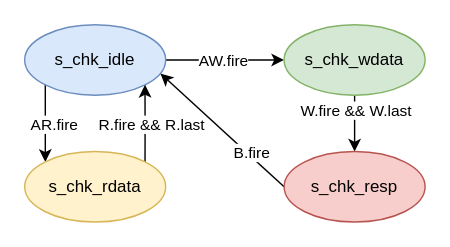
This is check_state.drawio from Invariant64/draw.io, a draw.io file, before an edit. Source tidied: cells renumbered, new cells numbered last; positions are measured from the earlier drawing's top-left corner, leaving out a move shared by most shapes. Both pictures are drawn from the tidied source at 141%, with x=0, y=0 at pixel (24, 10).
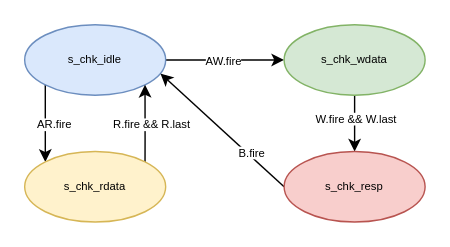
Above is the later version.

The change refers to these unchanged cells:
```xml
<mxCell id="2" style="edgeStyle=orthogonalEdgeStyle;rounded=0;jettySize=auto;html=1;entryX=0;entryY=0;entryDx=0;entryDy=0;exitX=0;exitY=1;exitDx=0;exitDy=0;curved=1;" parent="1" edge="1" source="6" target="9">
  <mxGeometry relative="1" as="geometry">
    <Array as="points">
      <mxPoint x="14" />
      <mxPoint x="14" />
    </Array>
  </mxGeometry>
</mxCell>
```

What changed in the source:
```diff
@@
-    <mxCell id="3" value="AR.fire" style="edgeLabel;html=1;align=center;verticalAlign=middle;" parent="2" vertex="1">
+    <mxCell id="3" value="AR.fire" style="edgeLabel;html=1;align=center;verticalAlign=middle;fontSize=8;" parent="2" vertex="1">
       <mxGeometry y="-1" relative="1" as="geometry">
         <mxPoint x="7" y="53" as="offset" />
       </mxGeometry>
     </mxCell>
-    <mxCell id="4" style="edgeStyle=orthogonalEdgeStyle;rounded=0;jettySize=auto;html=1;exitX=1;exitY=0.5;exitDx=0;exitDy=0;entryX=0;entryY=0.5;entryDx=0;entryDy=0;curved=1;" parent="1" edge="1" source="6" target="12">
+    <mxCell id="4" style="edgeStyle=orthogonalEdgeStyle;rounded=0;jettySize=auto;html=1;exitX=1;exitY=0.5;exitDx=0;exitDy=0;entryX=0;entryY=0.5;entryDx=0;entryDy=0;curved=1;fontSize=8;" parent="1" edge="1" source="6" target="12">
       <mxGeometry relative="1" as="geometry" />
     </mxCell>
-    <mxCell id="5" value="AW.fire" style="edgeLabel;html=1;align=center;verticalAlign=middle;" parent="4" vertex="1">
+    <mxCell id="5" value="AW.fire" style="edgeLabel;html=1;align=center;verticalAlign=middle;fontSize=8;" parent="4" vertex="1">
       <mxGeometry x="-0.06" y="2" relative="1" as="geometry">
         <mxPoint x="1" y="2" as="offset" />
       </mxGeometry>
     </mxCell>
-    <mxCell id="6" value="s_chk_idle" style="ellipse;whiteSpace=wrap;html=1;fillColor=#dae8fc;strokeColor=#6c8ebf;" parent="1" vertex="1">
+    <mxCell id="6" value="s_chk_idle" style="ellipse;whiteSpace=wrap;html=1;fillColor=#dae8fc;strokeColor=#6c8ebf;fontSize=8;" parent="1" vertex="1">
       <mxGeometry y="10" width="100" height="50" as="geometry" />
     </mxCell>
-    <mxCell id="7" style="edgeStyle=orthogonalEdgeStyle;rounded=0;jettySize=auto;html=1;exitX=1;exitY=0;exitDx=0;exitDy=0;entryX=1;entryY=1;entryDx=0;entryDy=0;curved=0;" parent="1" edge="1" source="9" target="6">
+    <mxCell id="7" style="edgeStyle=orthogonalEdgeStyle;rounded=0;jettySize=auto;html=1;exitX=1;exitY=0;exitDx=0;exitDy=0;entryX=1;entryY=1;entryDx=0;entryDy=0;curved=0;fontSize=8;" parent="1" edge="1" source="9" target="6">
       <mxGeometry relative="1" as="geometry">
         <Array as="points">
           <mxPoint x="86" y="90" />
           <mxPoint x="86" y="90" />
         </Array>
       </mxGeometry>
     </mxCell>
-    <mxCell id="8" value="R.fire &amp;amp;&amp;amp; R.last" style="edgeLabel;html=1;align=center;verticalAlign=middle;" parent="7" vertex="1">
+    <mxCell id="8" value="R.fire &amp;amp;&amp;amp; R.last" style="edgeLabel;html=1;align=center;verticalAlign=middle;fontSize=8;" parent="7" vertex="1">
       <mxGeometry x="0.01" y="1" relative="1" as="geometry">
         <mxPoint x="5" y="1" as="offset" />
       </mxGeometry>
     </mxCell>
-    <mxCell id="9" value="s_chk_rdata" style="ellipse;whiteSpace=wrap;html=1;fillColor=#fff2cc;strokeColor=#d6b656;" parent="1" vertex="1">
+    <mxCell id="9" value="s_chk_rdata" style="ellipse;whiteSpace=wrap;html=1;fillColor=#fff2cc;strokeColor=#d6b656;fontSize=8;" parent="1" vertex="1">
       <mxGeometry y="100" width="100" height="50" as="geometry" />
     </mxCell>
-    <mxCell id="10" style="edgeStyle=orthogonalEdgeStyle;rounded=0;jettySize=auto;html=1;entryX=0.5;entryY=0;entryDx=0;entryDy=0;" parent="1" edge="1" source="12" target="15">
+    <mxCell id="10" style="edgeStyle=orthogonalEdgeStyle;rounded=0;jettySize=auto;html=1;entryX=0.5;entryY=0;entryDx=0;entryDy=0;fontSize=8;" parent="1" edge="1" source="12" target="15">
       <mxGeometry relative="1" as="geometry" />
     </mxCell>
-    <mxCell id="11" value="W.fire &amp;amp;&amp;amp; W.last" style="edgeLabel;html=1;align=center;verticalAlign=middle;" parent="10" vertex="1">
+    <mxCell id="11" value="W.fire &amp;amp;&amp;amp; W.last" style="edgeLabel;html=1;align=center;verticalAlign=middle;fontSize=8;" parent="10" vertex="1">
       <mxGeometry x="0.15" relative="1" as="geometry">
-        <mxPoint y="-13" as="offset" />
+        <mxPoint y="-7" as="offset" />
       </mxGeometry>
     </mxCell>
-    <mxCell id="12" value="s_chk_wdata" style="ellipse;whiteSpace=wrap;html=1;fillColor=#d5e8d4;strokeColor=#82b366;" parent="1" vertex="1">
+    <mxCell id="12" value="s_chk_wdata" style="ellipse;whiteSpace=wrap;html=1;fillColor=#d5e8d4;strokeColor=#82b366;fontSize=8;" parent="1" vertex="1">
       <mxGeometry x="184" y="10" width="100" height="50" as="geometry" />
     </mxCell>
-    <mxCell id="13" style="rounded=0;jettySize=auto;html=1;exitX=0;exitY=0.5;exitDx=0;exitDy=0;entryX=0.963;entryY=0.693;entryDx=0;entryDy=0;entryPerimeter=0;" parent="1" edge="1" source="15" target="6">
+    <mxCell id="13" style="rounded=0;jettySize=auto;html=1;exitX=0;exitY=0.5;exitDx=0;exitDy=0;entryX=0.963;entryY=0.693;entryDx=0;entryDy=0;entryPerimeter=0;fontSize=8;" parent="1" edge="1" source="15" target="6">
       <mxGeometry relative="1" as="geometry" />
     </mxCell>
-    <mxCell id="14" value="B.fire" style="edgeLabel;html=1;align=center;verticalAlign=middle;" parent="13" vertex="1">
+    <mxCell id="14" value="B.fire" style="edgeLabel;html=1;align=center;verticalAlign=middle;fontSize=8;" parent="13" vertex="1">
       <mxGeometry y="-1" relative="1" as="geometry">
         <mxPoint x="19" y="16" as="offset" />
       </mxGeometry>
     </mxCell>
-    <mxCell id="15" value="s_chk_resp" style="ellipse;whiteSpace=wrap;html=1;fillColor=#f8cecc;strokeColor=#b85450;" parent="1" vertex="1">
+    <mxCell id="15" value="s_chk_resp" style="ellipse;whiteSpace=wrap;html=1;fillColor=#f8cecc;strokeColor=#b85450;fontSize=8;" parent="1" vertex="1">
       <mxGeometry x="184" y="100" width="100" height="50" as="geometry" />
     </mxCell>
```
